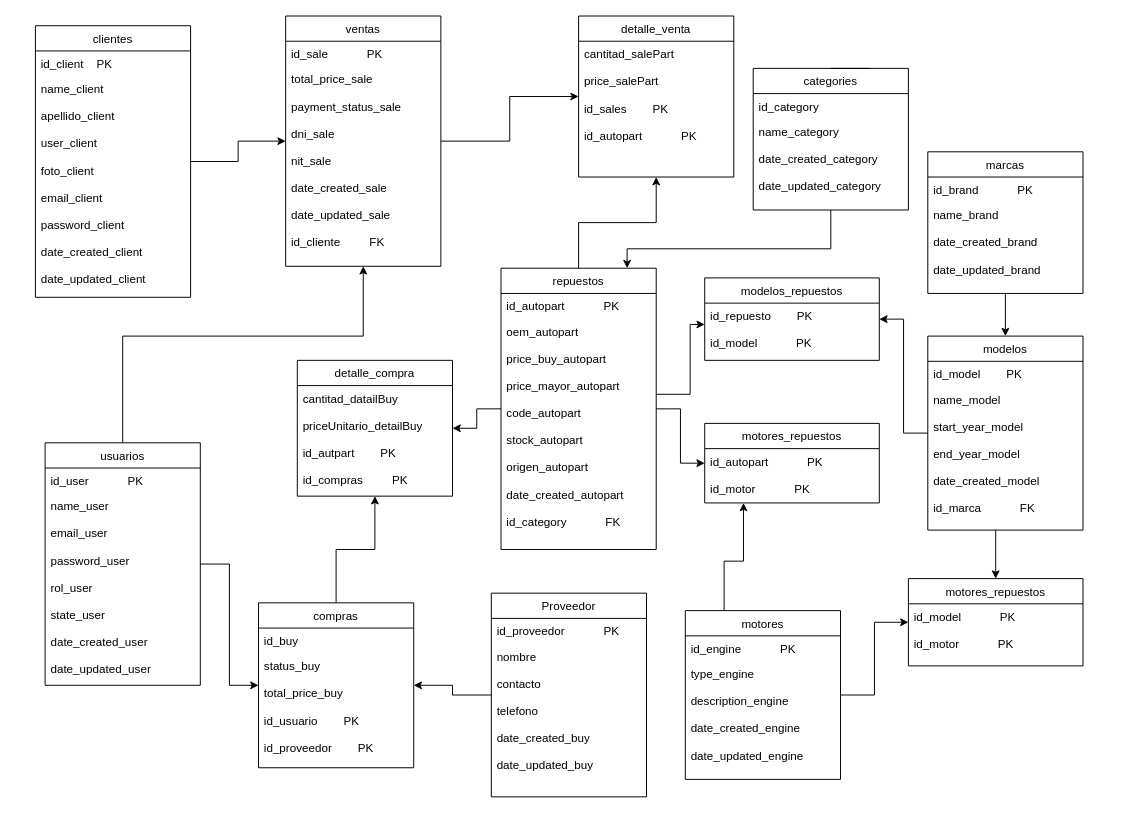
The draw.io diagram modelo logico.drawio in PitterQuenallata/automotivosCrisTienda, before the edit. Source tidied: cells renumbered, new cells numbered last; positions are measured from the earlier drawing's top-left corner, leaving out a move shared by most shapes. Both pictures are drawn from the tidied source at 97%, with x=0, y=0 at pixel (35, 16).
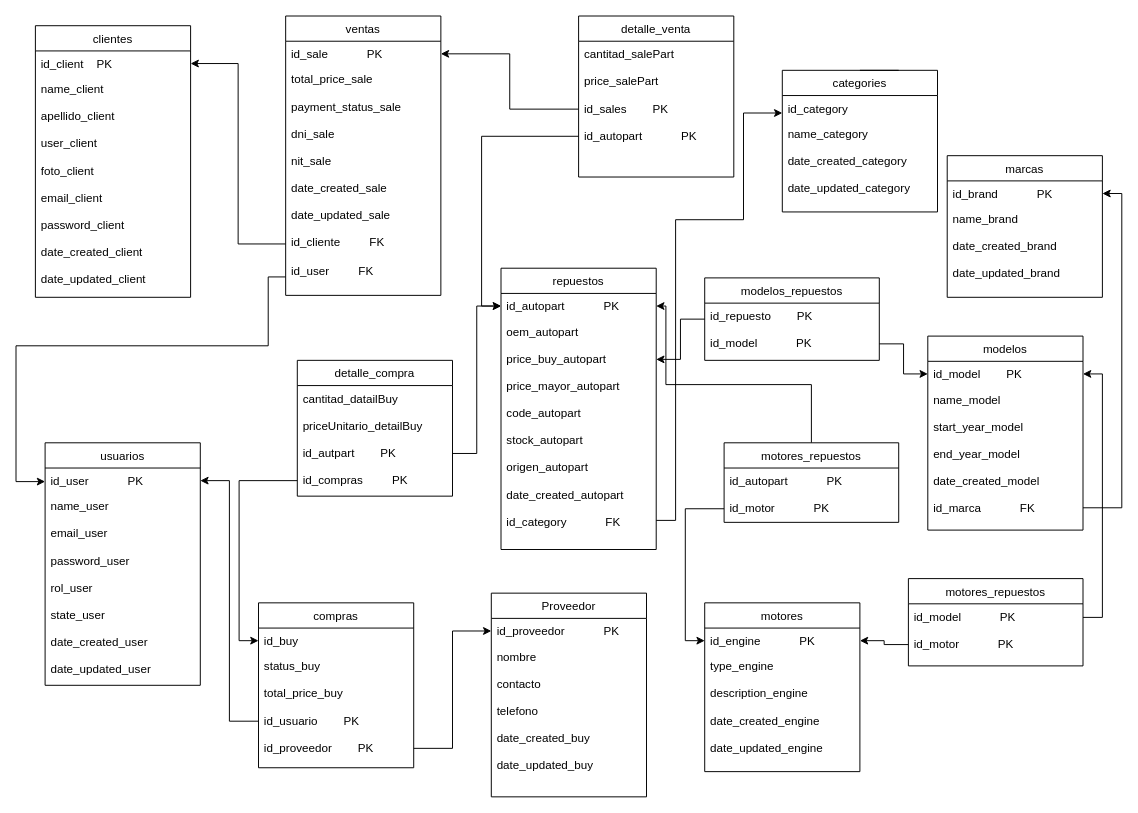
The same page after the edit.

Commit message:
db logico corregido

Unchanged cells that the change refers to:
```xml
<mxCell id="3" value="clientes" style="swimlane;fontStyle=0;align=center;verticalAlign=top;horizontal=1;startSize=26;rounded=0;shadow=0;strokeWidth=1;" parent="1" vertex="1">
<mxCell id="4" value="id_client    PK" style="text;align=left;verticalAlign=top;spacingLeft=4;spacingRight=4;overflow=hidden;points=[[0,0.5],[1,0.5]];portConstraint=eastwest;" parent="3" vertex="1">
<mxCell id="15" value="id_sale            PK" style="text;align=left;verticalAlign=top;spacingLeft=4;spacingRight=4;overflow=hidden;points=[[0,0.5],[1,0.5]];portConstraint=eastwest;" parent="14" vertex="1">
<mxCell id="25" value="usuarios" style="swimlane;fontStyle=0;align=center;verticalAlign=top;horizontal=1;startSize=26;rounded=0;shadow=0;strokeWidth=1;" parent="1" vertex="1">
<mxCell id="26" value="id_user            PK" style="text;align=left;verticalAlign=top;spacingLeft=4;spacingRight=4;overflow=hidden;points=[[0,0.5],[1,0.5]];portConstraint=eastwest;" parent="25" vertex="1">
<mxCell id="35" value="compras" style="swimlane;fontStyle=0;align=center;verticalAlign=top;horizontal=1;startSize=26;rounded=0;shadow=0;strokeWidth=1;" parent="1" vertex="1">
<mxCell id="36" value="id_buy" style="text;align=left;verticalAlign=top;spacingLeft=4;spacingRight=4;overflow=hidden;points=[[0,0.5],[1,0.5]];portConstraint=eastwest;" parent="35" vertex="1">
<mxCell id="39" value="id_usuario        PK" style="text;align=left;verticalAlign=top;spacingLeft=4;spacingRight=4;overflow=hidden;points=[[0,0.5],[1,0.5]];portConstraint=eastwest;rounded=0;shadow=0;html=0;" parent="35" vertex="1">
<mxCell id="40" value="id_proveedor        PK" style="text;align=left;verticalAlign=top;spacingLeft=4;spacingRight=4;overflow=hidden;points=[[0,0.5],[1,0.5]];portConstraint=eastwest;rounded=0;shadow=0;html=0;" parent="35" vertex="1">
<mxCell id="41" value="detalle_compra" style="swimlane;fontStyle=0;align=center;verticalAlign=top;horizontal=1;startSize=26;rounded=0;shadow=0;strokeWidth=1;" parent="1" vertex="1">
<mxCell id="44" value="id_autpart        PK" style="text;align=left;verticalAlign=top;spacingLeft=4;spacingRight=4;overflow=hidden;points=[[0,0.5],[1,0.5]];portConstraint=eastwest;rounded=0;shadow=0;html=0;" parent="41" vertex="1">
<mxCell id="45" value="id_compras         PK" style="text;align=left;verticalAlign=top;spacingLeft=4;spacingRight=4;overflow=hidden;points=[[0,0.5],[1,0.5]];portConstraint=eastwest;rounded=0;shadow=0;html=0;" parent="41" vertex="1">
<mxCell id="50" value="repuestos" style="swimlane;fontStyle=0;align=center;verticalAlign=top;horizontal=1;startSize=26;rounded=0;shadow=0;strokeWidth=1;" parent="1" vertex="1">
<mxCell id="51" value="id_autopart            PK" style="text;align=left;verticalAlign=top;spacingLeft=4;spacingRight=4;overflow=hidden;points=[[0,0.5],[1,0.5]];portConstraint=eastwest;" parent="50" vertex="1">
<mxCell id="53" value="price_buy_autopart" style="text;align=left;verticalAlign=top;spacingLeft=4;spacingRight=4;overflow=hidden;points=[[0,0.5],[1,0.5]];portConstraint=eastwest;rounded=0;shadow=0;html=0;" parent="50" vertex="1">
<mxCell id="59" value="id_category            FK" style="text;align=left;verticalAlign=top;spacingLeft=4;spacingRight=4;overflow=hidden;points=[[0,0.5],[1,0.5]];portConstraint=eastwest;rounded=0;shadow=0;html=0;" parent="50" vertex="1">
<mxCell id="62" value="id_category" style="text;align=left;verticalAlign=top;spacingLeft=4;spacingRight=4;overflow=hidden;points=[[0,0.5],[1,0.5]];portConstraint=eastwest;" parent="61" vertex="1">
<mxCell id="68" value="modelos" style="swimlane;fontStyle=0;align=center;verticalAlign=top;horizontal=1;startSize=26;rounded=0;shadow=0;strokeWidth=1;" parent="1" vertex="1">
<mxCell id="69" value="id_model        PK" style="text;align=left;verticalAlign=top;spacingLeft=4;spacingRight=4;overflow=hidden;points=[[0,0.5],[1,0.5]];portConstraint=eastwest;" parent="68" vertex="1">
<mxCell id="74" value="id_marca            FK" style="text;align=left;verticalAlign=top;spacingLeft=4;spacingRight=4;overflow=hidden;points=[[0,0.5],[1,0.5]];portConstraint=eastwest;rounded=0;shadow=0;html=0;" parent="68" vertex="1">
<mxCell id="77" value="id_brand            PK" style="text;align=left;verticalAlign=top;spacingLeft=4;spacingRight=4;overflow=hidden;points=[[0,0.5],[1,0.5]];portConstraint=eastwest;" parent="76" vertex="1">
<mxCell id="85" value="id_engine            PK" style="text;align=left;verticalAlign=top;spacingLeft=4;spacingRight=4;overflow=hidden;points=[[0,0.5],[1,0.5]];portConstraint=eastwest;" parent="84" vertex="1">
<mxCell id="90" value="detalle_venta" style="swimlane;fontStyle=0;align=center;verticalAlign=top;horizontal=1;startSize=26;rounded=0;shadow=0;strokeWidth=1;" parent="1" vertex="1">
<mxCell id="93" value="id_sales        PK" style="text;align=left;verticalAlign=top;spacingLeft=4;spacingRight=4;overflow=hidden;points=[[0,0.5],[1,0.5]];portConstraint=eastwest;rounded=0;shadow=0;html=0;" parent="90" vertex="1">
<mxCell id="94" value="id_autopart            PK" style="text;align=left;verticalAlign=top;spacingLeft=4;spacingRight=4;overflow=hidden;points=[[0,0.5],[1,0.5]];portConstraint=eastwest;rounded=0;shadow=0;html=0;" parent="90" vertex="1">
<mxCell id="95" value="modelos_repuestos" style="swimlane;fontStyle=0;align=center;verticalAlign=top;horizontal=1;startSize=26;rounded=0;shadow=0;strokeWidth=1;" parent="1" vertex="1">
<mxCell id="97" value="id_model            PK" style="text;align=left;verticalAlign=top;spacingLeft=4;spacingRight=4;overflow=hidden;points=[[0,0.5],[1,0.5]];portConstraint=eastwest;rounded=0;shadow=0;html=0;" parent="95" vertex="1">
<mxCell id="99" value="Proveedor" style="swimlane;fontStyle=0;align=center;verticalAlign=top;horizontal=1;startSize=26;rounded=0;shadow=0;strokeWidth=1;" parent="1" vertex="1">
<mxCell id="100" value="id_proveedor            PK" style="text;align=left;verticalAlign=top;spacingLeft=4;spacingRight=4;overflow=hidden;points=[[0,0.5],[1,0.5]];portConstraint=eastwest;" parent="99" vertex="1">
<mxCell id="108" value="id_motor            PK" style="text;align=left;verticalAlign=top;spacingLeft=4;spacingRight=4;overflow=hidden;points=[[0,0.5],[1,0.5]];portConstraint=eastwest;rounded=0;shadow=0;html=0;" parent="106" vertex="1">
<mxCell id="109" value="motores_repuestos" style="swimlane;fontStyle=0;align=center;verticalAlign=top;horizontal=1;startSize=26;rounded=0;shadow=0;strokeWidth=1;" parent="1" vertex="1">
<mxCell id="110" value="id_model            PK" style="text;align=left;verticalAlign=top;spacingLeft=4;spacingRight=4;overflow=hidden;points=[[0,0.5],[1,0.5]];portConstraint=eastwest;rounded=0;shadow=0;html=0;" parent="109" vertex="1">
<mxCell id="111" value="id_motor            PK" style="text;align=left;verticalAlign=top;spacingLeft=4;spacingRight=4;overflow=hidden;points=[[0,0.5],[1,0.5]];portConstraint=eastwest;rounded=0;shadow=0;html=0;" parent="109" vertex="1">
```

Diff of the diagram source:
```diff
@@
-    <mxCell id="2" style="edgeStyle=orthogonalEdgeStyle;rounded=0;jettySize=auto;html=1;" parent="1" edge="1" source="3" target="14">
+    <mxCell id="2" style="edgeStyle=orthogonalEdgeStyle;rounded=0;jettySize=auto;html=1;" parent="1" edge="1" source="22" target="4">
       <mxGeometry relative="1" as="geometry" />
     </mxCell>
@@
-    <mxCell id="13" style="edgeStyle=orthogonalEdgeStyle;rounded=0;jettySize=auto;html=1;" parent="1" edge="1" source="14" target="90">
+    <mxCell id="13" style="edgeStyle=orthogonalEdgeStyle;rounded=0;jettySize=auto;html=1;" parent="1" edge="1" source="93" target="15">
       <mxGeometry relative="1" as="geometry" />
     </mxCell>
     <mxCell id="14" value="ventas" style="swimlane;fontStyle=0;align=center;verticalAlign=top;horizontal=1;startSize=26;rounded=0;shadow=0;strokeWidth=1;" parent="1" vertex="1">
-      <mxGeometry x="258" width="160" height="258" as="geometry" />
+      <mxGeometry x="258" width="160" height="288" as="geometry" />
     </mxCell>
@@
     <mxCell id="22" value="id_cliente         FK" style="text;align=left;verticalAlign=top;spacingLeft=4;spacingRight=4;overflow=hidden;points=[[0,0.5],[1,0.5]];portConstraint=eastwest;rounded=0;shadow=0;html=0;" parent="14" vertex="1">
-      <mxGeometry y="220" width="160" height="38" as="geometry" />
+      <mxGeometry y="220" width="160" height="30" as="geometry" />
     </mxCell>
-    <mxCell id="23" style="edgeStyle=orthogonalEdgeStyle;rounded=0;jettySize=auto;html=1;" parent="1" edge="1" source="25" target="14">
-      <mxGeometry relative="1" as="geometry">
-        <Array as="points">
-          <mxPoint x="90" y="330" />
-          <mxPoint x="338" y="330" />
-        </Array>
-      </mxGeometry>
-    </mxCell>
-    <mxCell id="24" style="edgeStyle=orthogonalEdgeStyle;rounded=0;jettySize=auto;html=1;" parent="1" edge="1" source="25" target="35">
-      <mxGeometry relative="1" as="geometry" />
-    </mxCell>
+    <mxCell id="112" value="id_user         FK" style="text;align=left;verticalAlign=top;spacingLeft=4;spacingRight=4;overflow=hidden;points=[[0,0.5],[1,0.5]];portConstraint=eastwest;rounded=0;shadow=0;html=0;" parent="14" vertex="1">
+      <mxGeometry y="250" width="160" height="38" as="geometry" />
+    </mxCell>
@@
-    <mxCell id="34" style="edgeStyle=orthogonalEdgeStyle;rounded=0;jettySize=auto;html=1;" parent="1" edge="1" source="35" target="41">
-      <mxGeometry relative="1" as="geometry" />
-    </mxCell>
@@
-    <mxCell id="46" style="edgeStyle=orthogonalEdgeStyle;rounded=0;jettySize=auto;html=1;" parent="1" edge="1" source="50" target="90">
-      <mxGeometry relative="1" as="geometry" />
+    <mxCell id="46" style="edgeStyle=orthogonalEdgeStyle;rounded=0;jettySize=auto;html=1;" parent="1" edge="1" source="94" target="51">
+      <mxGeometry relative="1" as="geometry">
+        <Array as="points">
+          <mxPoint x="460" y="124" />
+          <mxPoint x="460" y="299" />
+        </Array>
+      </mxGeometry>
     </mxCell>
-    <mxCell id="47" style="edgeStyle=orthogonalEdgeStyle;rounded=0;jettySize=auto;html=1;" parent="1" edge="1" source="50" target="41">
-      <mxGeometry relative="1" as="geometry" />
-    </mxCell>
-    <mxCell id="48" style="edgeStyle=orthogonalEdgeStyle;rounded=0;jettySize=auto;html=1;" parent="1" edge="1" source="50" target="106">
-      <mxGeometry relative="1" as="geometry" />
-    </mxCell>
-    <mxCell id="49" style="edgeStyle=orthogonalEdgeStyle;rounded=0;jettySize=auto;html=1;" parent="1" edge="1" source="50" target="95">
-      <mxGeometry relative="1" as="geometry">
-        <Array as="points">
-          <mxPoint x="675" y="390" />
-          <mxPoint x="675" y="318" />
-        </Array>
-      </mxGeometry>
-    </mxCell>
@@
-    <mxCell id="60" style="edgeStyle=orthogonalEdgeStyle;rounded=0;jettySize=auto;html=1;" parent="1" edge="1" source="61" target="50">
+    <mxCell id="60" style="edgeStyle=orthogonalEdgeStyle;rounded=0;jettySize=auto;html=1;" parent="1" edge="1" source="59" target="62">
       <mxGeometry relative="1" as="geometry">
         <Array as="points">
-          <mxPoint x="820" y="240" />
-          <mxPoint x="610" y="240" />
+          <mxPoint x="660" y="520" />
+          <mxPoint x="660" y="210" />
+          <mxPoint x="730" y="210" />
+          <mxPoint x="730" y="100" />
         </Array>
       </mxGeometry>
     </mxCell>
     <mxCell id="61" value="categories" style="swimlane;fontStyle=0;align=center;verticalAlign=top;horizontal=1;startSize=26;rounded=0;shadow=0;strokeWidth=1;" parent="1" vertex="1">
-      <mxGeometry x="740" y="54" width="160" height="146" as="geometry" />
+      <mxGeometry x="770" y="56" width="160" height="146" as="geometry" />
     </mxCell>
@@
-    <mxCell id="66" style="edgeStyle=orthogonalEdgeStyle;rounded=0;jettySize=auto;html=1;" parent="1" edge="1" source="68" target="95">
-      <mxGeometry relative="1" as="geometry" />
-    </mxCell>
-    <mxCell id="67" style="edgeStyle=orthogonalEdgeStyle;rounded=0;jettySize=auto;html=1;" parent="1" edge="1" source="68" target="109">
-      <mxGeometry relative="1" as="geometry">
-        <Array as="points">
-          <mxPoint x="990" y="550" />
-          <mxPoint x="990" y="550" />
-        </Array>
-      </mxGeometry>
-    </mxCell>
@@
-    <mxCell id="75" style="edgeStyle=orthogonalEdgeStyle;rounded=0;jettySize=auto;html=1;" parent="1" edge="1" source="76" target="68">
-      <mxGeometry relative="1" as="geometry" />
-    </mxCell>
     <mxCell id="76" value="marcas" style="swimlane;fontStyle=0;align=center;verticalAlign=top;horizontal=1;startSize=26;rounded=0;shadow=0;strokeWidth=1;" parent="1" vertex="1">
-      <mxGeometry x="920" y="140" width="160" height="146" as="geometry" />
+      <mxGeometry x="940" y="144" width="160" height="146" as="geometry" />
     </mxCell>
@@
-    <mxCell id="82" style="edgeStyle=orthogonalEdgeStyle;rounded=0;jettySize=auto;html=1;" parent="1" edge="1" source="84" target="106">
-      <mxGeometry relative="1" as="geometry">
-        <Array as="points">
-          <mxPoint x="710" y="562" />
-          <mxPoint x="730" y="562" />
-        </Array>
-      </mxGeometry>
-    </mxCell>
-    <mxCell id="83" style="edgeStyle=orthogonalEdgeStyle;rounded=0;jettySize=auto;html=1;" parent="1" edge="1" source="84" target="109">
-      <mxGeometry relative="1" as="geometry" />
-    </mxCell>
     <mxCell id="84" value="motores" style="swimlane;fontStyle=0;align=center;verticalAlign=top;horizontal=1;startSize=26;rounded=0;shadow=0;strokeWidth=1;" parent="1" vertex="1">
-      <mxGeometry x="670" y="613" width="160" height="174" as="geometry" />
+      <mxGeometry x="690" y="605" width="160" height="174" as="geometry" />
     </mxCell>
@@
+    <mxCell id="113" style="edgeStyle=orthogonalEdgeStyle;rounded=0;jettySize=auto;html=1;" parent="1" edge="1" source="95" target="53">
+      <mxGeometry relative="1" as="geometry" />
+    </mxCell>
@@
-    <mxCell id="98" style="edgeStyle=orthogonalEdgeStyle;rounded=0;jettySize=auto;html=1;" parent="1" edge="1" source="99" target="35">
-      <mxGeometry relative="1" as="geometry" />
-    </mxCell>
@@
+    <mxCell id="114" style="edgeStyle=orthogonalEdgeStyle;rounded=0;jettySize=auto;html=1;" parent="1" edge="1" source="106" target="51">
+      <mxGeometry relative="1" as="geometry">
+        <Array as="points">
+          <mxPoint x="800" y="380" />
+          <mxPoint x="650" y="380" />
+          <mxPoint x="650" y="299" />
+        </Array>
+      </mxGeometry>
+    </mxCell>
     <mxCell id="106" value="motores_repuestos" style="swimlane;fontStyle=0;align=center;verticalAlign=top;horizontal=1;startSize=26;rounded=0;shadow=0;strokeWidth=1;" parent="1" vertex="1">
-      <mxGeometry x="690" y="420" width="180" height="82" as="geometry" />
+      <mxGeometry x="710" y="440" width="180" height="82" as="geometry" />
     </mxCell>
@@
+    <mxCell id="115" style="edgeStyle=orthogonalEdgeStyle;rounded=0;jettySize=auto;html=1;entryX=0;entryY=0.5;entryDx=0;entryDy=0;" parent="1" edge="1" source="44" target="51">
+      <mxGeometry relative="1" as="geometry">
+        <Array as="points">
+          <mxPoint x="455" y="451" />
+          <mxPoint x="455" y="299" />
+        </Array>
+      </mxGeometry>
+    </mxCell>
+    <mxCell id="116" style="edgeStyle=orthogonalEdgeStyle;rounded=0;jettySize=auto;html=1;" parent="1" edge="1" source="97" target="69">
+      <mxGeometry relative="1" as="geometry" />
+    </mxCell>
+    <mxCell id="117" style="edgeStyle=orthogonalEdgeStyle;rounded=0;jettySize=auto;html=1;entryX=1;entryY=0.5;entryDx=0;entryDy=0;" parent="1" edge="1" source="74" target="77">
+      <mxGeometry relative="1" as="geometry" />
+    </mxCell>
+    <mxCell id="118" style="edgeStyle=orthogonalEdgeStyle;rounded=0;jettySize=auto;html=1;" parent="1" edge="1" source="111" target="85">
+      <mxGeometry relative="1" as="geometry" />
+    </mxCell>
+    <mxCell id="119" style="edgeStyle=orthogonalEdgeStyle;rounded=0;jettySize=auto;html=1;" parent="1" edge="1" source="110" target="69">
+      <mxGeometry relative="1" as="geometry">
+        <Array as="points">
+          <mxPoint x="1100" y="620" />
+          <mxPoint x="1100" y="369" />
+        </Array>
+      </mxGeometry>
+    </mxCell>
+    <mxCell id="120" style="edgeStyle=orthogonalEdgeStyle;rounded=0;jettySize=auto;html=1;" parent="1" edge="1" source="40" target="100">
+      <mxGeometry relative="1" as="geometry" />
+    </mxCell>
+    <mxCell id="121" style="edgeStyle=orthogonalEdgeStyle;rounded=0;jettySize=auto;html=1;" parent="1" edge="1" source="39" target="26">
+      <mxGeometry relative="1" as="geometry" />
+    </mxCell>
+    <mxCell id="122" style="edgeStyle=orthogonalEdgeStyle;rounded=0;jettySize=auto;html=1;entryX=0;entryY=0.5;entryDx=0;entryDy=0;" parent="1" edge="1" source="45" target="36">
+      <mxGeometry relative="1" as="geometry" />
+    </mxCell>
+    <mxCell id="123" style="edgeStyle=orthogonalEdgeStyle;rounded=0;jettySize=auto;html=1;entryX=0;entryY=0.5;entryDx=0;entryDy=0;" parent="1" edge="1" source="108" target="85">
+      <mxGeometry relative="1" as="geometry" />
+    </mxCell>
+    <mxCell id="124" style="edgeStyle=orthogonalEdgeStyle;rounded=0;jettySize=auto;html=1;" parent="1" edge="1" source="112" target="25">
+      <mxGeometry relative="1" as="geometry">
+        <Array as="points">
+          <mxPoint x="240" y="269" />
+          <mxPoint x="240" y="340" />
+          <mxPoint x="-20" y="340" />
+          <mxPoint x="-20" y="480" />
+        </Array>
+      </mxGeometry>
+    </mxCell>
```
